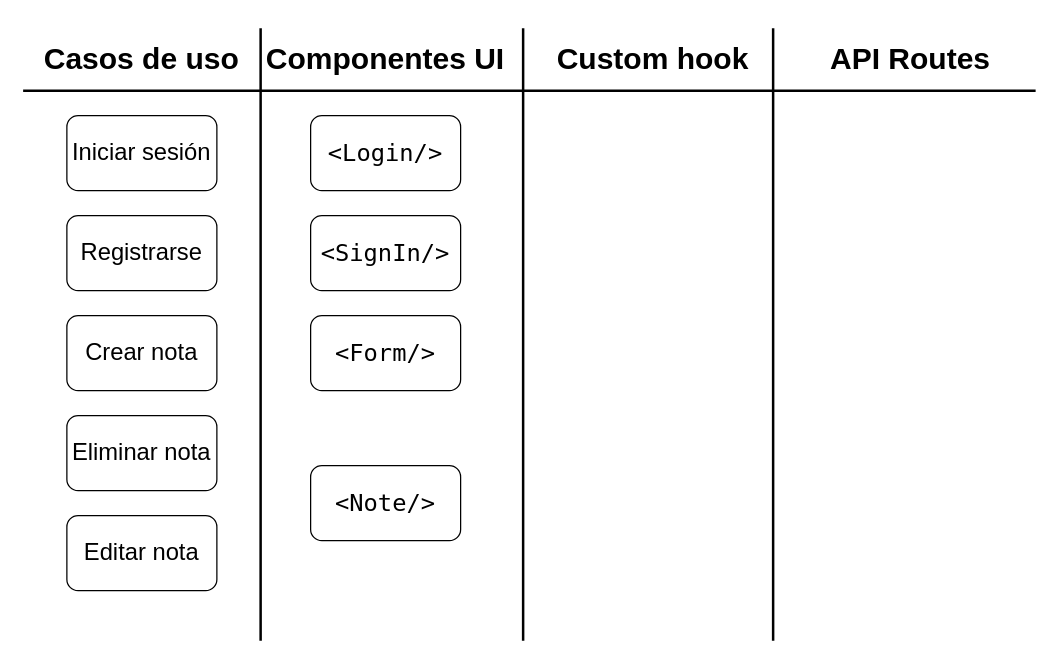
carluandraster/sistemas-distribuidos keeps this draw.io diagram as consigna-clase-3/diagram.drawio. Above is the earlier version. Source tidied: cells renumbered, new cells numbered last; positions are measured from the earlier drawing's top-left corner, leaving out a move shared by most shapes. Both pictures are drawn from the tidied source at 125%, with x=0, y=0 at pixel (22, 28).
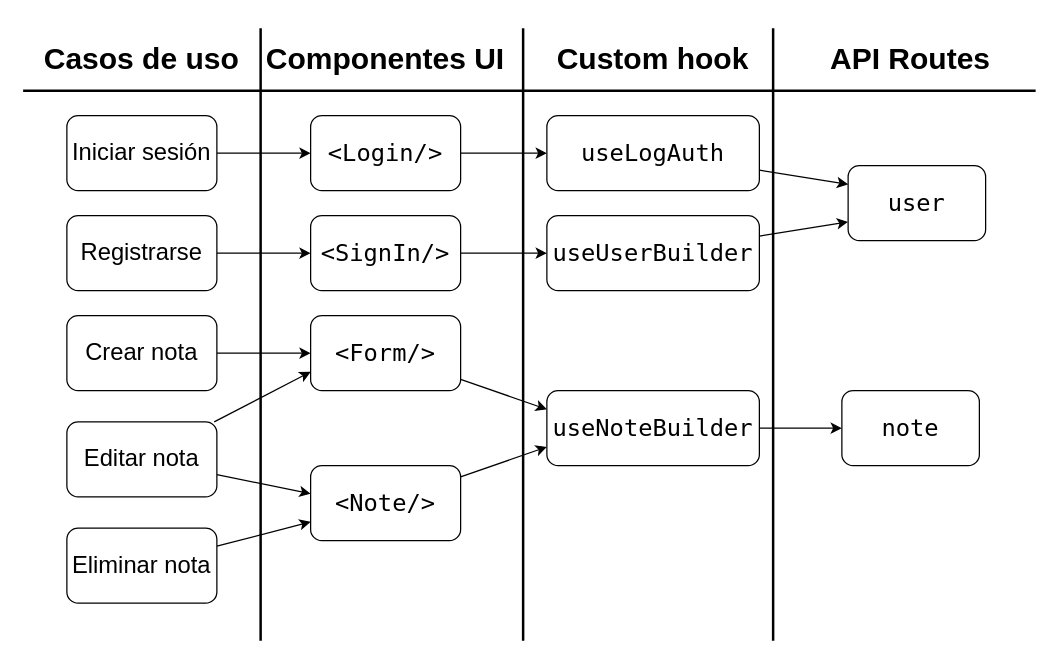
The same page after the edit.

Unchanged cells that the change refers to:
```xml
<mxCell id="10" value="&lt;font style=&quot;font-size: 19px;&quot;&gt;Iniciar sesión&lt;/font&gt;" style="rounded=1;whiteSpace=wrap;html=1;roundedPerimeter=1;" parent="1" vertex="1">
  <mxGeometry x="35" y="70" width="120" height="60" as="geometry" />
</mxCell>
<mxCell id="11" value="&lt;font style=&quot;font-size: 19px;&quot;&gt;Registrarse&lt;/font&gt;" style="rounded=1;whiteSpace=wrap;html=1;roundedPerimeter=1;" parent="1" vertex="1">
  <mxGeometry x="35" y="150" width="120" height="60" as="geometry" />
</mxCell>
<mxCell id="12" value="&lt;font style=&quot;font-size: 19px;&quot;&gt;Crear nota&lt;/font&gt;" style="rounded=1;whiteSpace=wrap;html=1;roundedPerimeter=1;" parent="1" vertex="1">
  <mxGeometry x="35" y="230" width="120" height="60" as="geometry" />
</mxCell>
<mxCell id="15" value="&lt;font style=&quot;font-size: 19px;&quot; face=&quot;Lucida Console&quot;&gt;&amp;lt;Login/&amp;gt;&lt;/font&gt;" style="rounded=1;whiteSpace=wrap;html=1;roundedPerimeter=1;" parent="1" vertex="1">
  <mxGeometry x="230" y="70" width="120" height="60" as="geometry" />
</mxCell>
<mxCell id="16" value="&lt;font style=&quot;font-size: 19px;&quot; face=&quot;Lucida Console&quot;&gt;&amp;lt;SignIn/&amp;gt;&lt;/font&gt;" style="rounded=1;whiteSpace=wrap;html=1;roundedPerimeter=1;" parent="1" vertex="1">
  <mxGeometry x="230" y="150" width="120" height="60" as="geometry" />
</mxCell>
<mxCell id="17" value="&lt;font style=&quot;font-size: 19px;&quot; face=&quot;Lucida Console&quot;&gt;&amp;lt;Form/&amp;gt;&lt;/font&gt;" style="rounded=1;whiteSpace=wrap;html=1;roundedPerimeter=1;" parent="1" vertex="1">
  <mxGeometry x="230" y="230" width="120" height="60" as="geometry" />
</mxCell>
<mxCell id="18" value="&lt;font style=&quot;font-size: 19px;&quot; face=&quot;Lucida Console&quot;&gt;&amp;lt;Note/&amp;gt;&lt;/font&gt;" style="rounded=1;whiteSpace=wrap;html=1;roundedPerimeter=1;" parent="1" vertex="1">
  <mxGeometry x="230" y="350" width="120" height="60" as="geometry" />
</mxCell>
```

What changed in the source:
```diff
@@
+    <mxCell id="19" style="edgeStyle=none;html=1;" parent="1" edge="1" source="10" target="15">
+      <mxGeometry relative="1" as="geometry" />
+    </mxCell>
@@
+    <mxCell id="20" style="edgeStyle=none;html=1;entryX=0;entryY=0.5;entryDx=0;entryDy=0;" parent="1" edge="1" source="11" target="16">
+      <mxGeometry relative="1" as="geometry" />
+    </mxCell>
@@
+    <mxCell id="21" style="edgeStyle=none;html=1;entryX=0;entryY=0.5;entryDx=0;entryDy=0;" parent="1" edge="1" source="12" target="17">
+      <mxGeometry relative="1" as="geometry" />
+    </mxCell>
@@
+    <mxCell id="22" style="edgeStyle=none;html=1;entryX=0;entryY=0.75;entryDx=0;entryDy=0;" parent="1" edge="1" source="13" target="18">
+      <mxGeometry relative="1" as="geometry" />
+    </mxCell>
     <mxCell id="13" value="&lt;font style=&quot;font-size: 19px;&quot;&gt;Eliminar nota&lt;/font&gt;" style="rounded=1;whiteSpace=wrap;html=1;roundedPerimeter=1;" parent="1" vertex="1">
-      <mxGeometry x="35" y="310" width="120" height="60" as="geometry" />
+      <mxGeometry x="35" y="400" width="120" height="60" as="geometry" />
     </mxCell>
+    <mxCell id="23" style="edgeStyle=none;html=1;entryX=0.008;entryY=0.376;entryDx=0;entryDy=0;" parent="1" edge="1" source="14" target="18">
+      <mxGeometry relative="1" as="geometry" />
+    </mxCell>
+    <mxCell id="24" style="edgeStyle=none;html=1;entryX=0;entryY=0.75;entryDx=0;entryDy=0;" parent="1" edge="1" source="14" target="17">
+      <mxGeometry relative="1" as="geometry" />
+    </mxCell>
     <mxCell id="14" value="&lt;font style=&quot;font-size: 19px;&quot;&gt;Editar nota&lt;/font&gt;" style="rounded=1;whiteSpace=wrap;html=1;roundedPerimeter=1;" parent="1" vertex="1">
-      <mxGeometry x="35" y="390" width="120" height="60" as="geometry" />
+      <mxGeometry x="35" y="315" width="120" height="60" as="geometry" />
     </mxCell>
+    <mxCell id="25" style="edgeStyle=none;html=1;entryX=0;entryY=0.5;entryDx=0;entryDy=0;" parent="1" edge="1" source="15" target="30">
+      <mxGeometry relative="1" as="geometry" />
+    </mxCell>
@@
+    <mxCell id="26" style="edgeStyle=none;html=1;entryX=0;entryY=0.5;entryDx=0;entryDy=0;" parent="1" edge="1" source="16" target="32">
+      <mxGeometry relative="1" as="geometry" />
+    </mxCell>
@@
+    <mxCell id="27" style="edgeStyle=none;html=1;entryX=0;entryY=0.25;entryDx=0;entryDy=0;" parent="1" edge="1" source="17" target="34">
+      <mxGeometry relative="1" as="geometry" />
+    </mxCell>
@@
+    <mxCell id="28" style="edgeStyle=none;html=1;entryX=0;entryY=0.75;entryDx=0;entryDy=0;" parent="1" edge="1" source="18" target="34">
+      <mxGeometry relative="1" as="geometry" />
+    </mxCell>
@@
+    <mxCell id="29" style="edgeStyle=none;html=1;entryX=0;entryY=0.25;entryDx=0;entryDy=0;" parent="1" edge="1" source="30" target="35">
+      <mxGeometry relative="1" as="geometry" />
+    </mxCell>
+    <mxCell id="30" value="&lt;font style=&quot;font-size: 19px;&quot; face=&quot;Lucida Console&quot;&gt;useLogAuth&lt;/font&gt;" style="rounded=1;whiteSpace=wrap;html=1;roundedPerimeter=1;" parent="1" vertex="1">
+      <mxGeometry x="419" y="70" width="170" height="60" as="geometry" />
+    </mxCell>
+    <mxCell id="31" style="edgeStyle=none;html=1;entryX=0;entryY=0.75;entryDx=0;entryDy=0;" parent="1" edge="1" source="32" target="35">
+      <mxGeometry relative="1" as="geometry" />
+    </mxCell>
+    <mxCell id="32" value="&lt;font style=&quot;font-size: 19px;&quot; face=&quot;Lucida Console&quot;&gt;useUserBuilder&lt;/font&gt;" style="rounded=1;whiteSpace=wrap;html=1;roundedPerimeter=1;" parent="1" vertex="1">
+      <mxGeometry x="419" y="150" width="170" height="60" as="geometry" />
+    </mxCell>
+    <mxCell id="33" style="edgeStyle=none;html=1;entryX=0;entryY=0.5;entryDx=0;entryDy=0;" parent="1" edge="1" source="34" target="36">
+      <mxGeometry relative="1" as="geometry" />
+    </mxCell>
+    <mxCell id="34" value="&lt;font style=&quot;font-size: 19px;&quot; face=&quot;Lucida Console&quot;&gt;useNoteBuilder&lt;/font&gt;" style="rounded=1;whiteSpace=wrap;html=1;roundedPerimeter=1;" parent="1" vertex="1">
+      <mxGeometry x="419" y="290" width="170" height="60" as="geometry" />
+    </mxCell>
+    <mxCell id="35" value="&lt;font style=&quot;font-size: 19px;&quot; face=&quot;Lucida Console&quot;&gt;user&lt;/font&gt;" style="rounded=1;whiteSpace=wrap;html=1;roundedPerimeter=1;" parent="1" vertex="1">
+      <mxGeometry x="660" y="110" width="110" height="60" as="geometry" />
+    </mxCell>
+    <mxCell id="36" value="&lt;font style=&quot;font-size: 19px;&quot; face=&quot;Lucida Console&quot;&gt;note&lt;/font&gt;" style="rounded=1;whiteSpace=wrap;html=1;roundedPerimeter=1;" parent="1" vertex="1">
+      <mxGeometry x="655" y="290" width="110" height="60" as="geometry" />
+    </mxCell>
```
